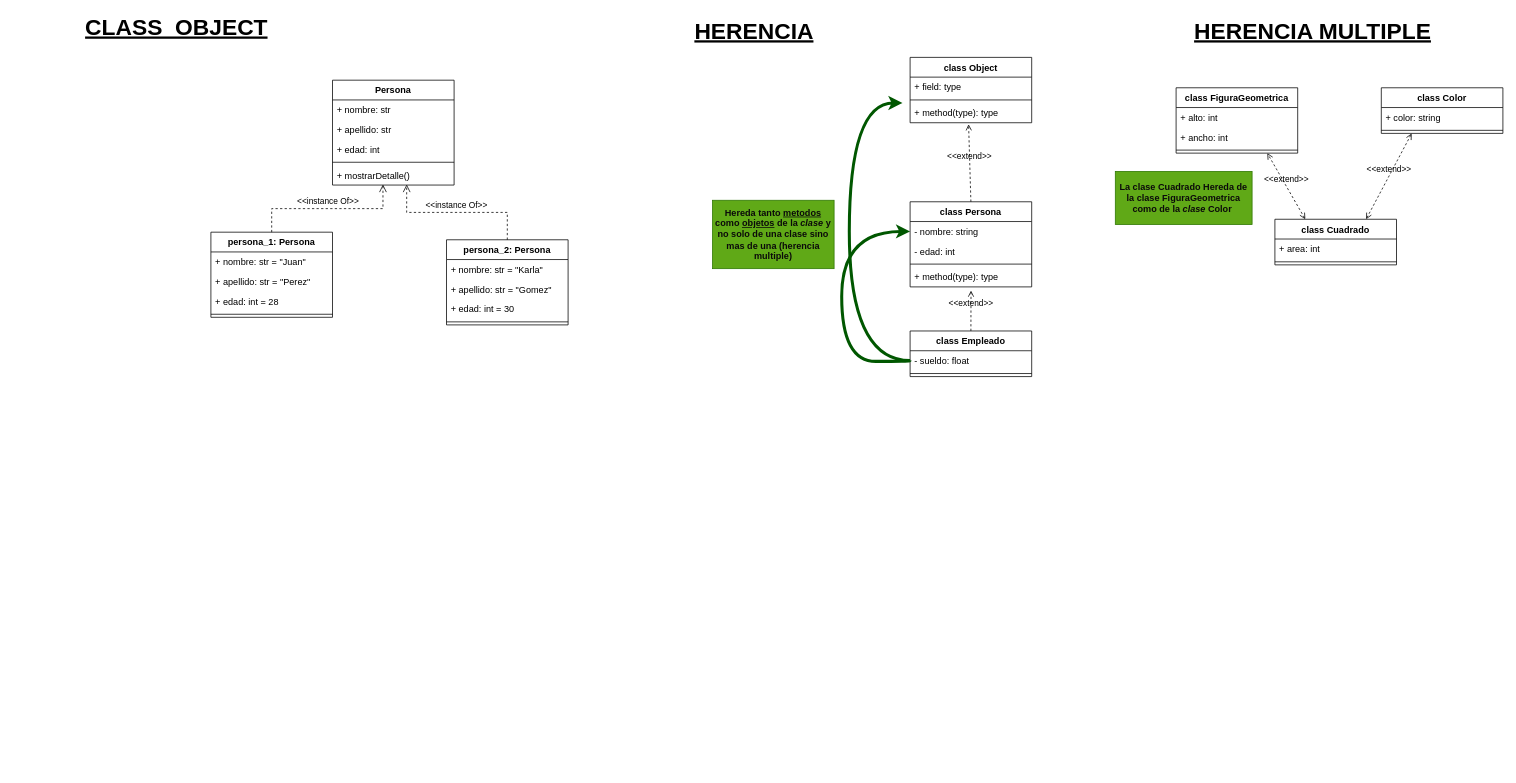
Before: diagrams/POO_diagrams.drawio in DdyYazo/Python_Learning, a draw.io diagram. Source tidied: cells renumbered, new cells numbered last; positions are measured from the earlier drawing's top-left corner, leaving out a move shared by most shapes. Both pictures are drawn from the tidied source at 76%, with x=0, y=0 at pixel (66, 15).
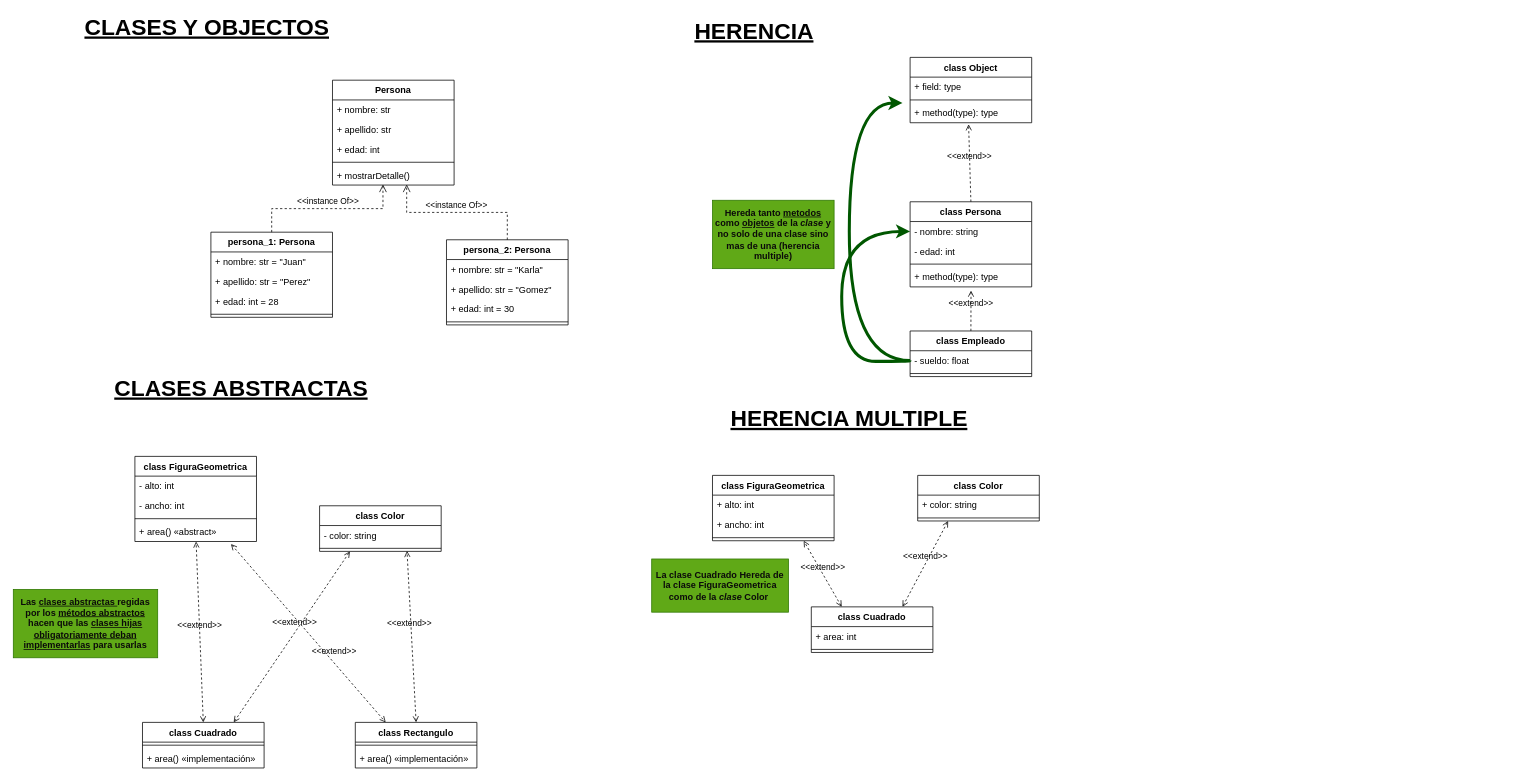
The same diagram, later.

Change to the diagram source:
```diff
@@
-    <mxCell id="20" value="CLASS_OBJECT" style="text;html=1;strokeColor=none;fillColor=none;align=center;verticalAlign=middle;whiteSpace=wrap;rounded=0;fontSize=30;fontStyle=5;" parent="1" vertex="1">
-      <mxGeometry width="290" height="30" as="geometry" />
+    <mxCell id="20" value="CLASES Y OBJECTOS" style="text;html=1;strokeColor=none;fillColor=none;align=center;verticalAlign=middle;whiteSpace=wrap;rounded=0;fontSize=30;fontStyle=5;" parent="1" vertex="1">
+      <mxGeometry width="370" height="30" as="geometry" />
     </mxCell>
@@
     <mxCell id="39" value="HERENCIA MULTIPLE" style="text;html=1;strokeColor=none;fillColor=none;align=center;verticalAlign=middle;whiteSpace=wrap;rounded=0;fontSize=30;fontStyle=5;" parent="1" vertex="1">
-      <mxGeometry x="1400" y="5" width="480" height="30" as="geometry" />
+      <mxGeometry x="790" y="515" width="480" height="30" as="geometry" />
     </mxCell>
     <mxCell id="40" value="class FiguraGeometrica" style="swimlane;fontStyle=1;align=center;verticalAlign=top;horizontal=1;startSize=26;" parent="1" vertex="1">
-      <mxGeometry x="1460" y="95" width="160" height="86" as="geometry" />
+      <mxGeometry x="850" y="605" width="160" height="86" as="geometry" />
     </mxCell>
@@
     <mxCell id="44" value="class Cuadrado" style="swimlane;fontStyle=1;align=center;verticalAlign=top;horizontal=1;startSize=26;" parent="1" vertex="1">
-      <mxGeometry x="1590" y="268" width="160" height="60" as="geometry" />
+      <mxGeometry x="980" y="778" width="160" height="60" as="geometry" />
     </mxCell>
@@
     <mxCell id="47" value="class Color" style="swimlane;fontStyle=1;align=center;verticalAlign=top;horizontal=1;startSize=26;" parent="1" vertex="1">
-      <mxGeometry x="1730" y="95" width="160" height="60" as="geometry" />
+      <mxGeometry x="1120" y="605" width="160" height="60" as="geometry" />
     </mxCell>
@@
     <mxCell id="52" value="&lt;font color=&quot;#0b0a0a&quot;&gt;&lt;b&gt;La clase Cuadrado Hereda de la clase FiguraGeometrica como de la &lt;i&gt;clase&lt;/i&gt;&amp;nbsp;Color&amp;nbsp;&lt;/b&gt;&lt;/font&gt;" style="text;html=1;strokeColor=#2D7600;fillColor=#60a917;align=center;verticalAlign=middle;whiteSpace=wrap;rounded=0;fontColor=#ffffff;" parent="1" vertex="1">
-      <mxGeometry x="1380" y="205" width="180" height="70" as="geometry" />
+      <mxGeometry x="770" y="715" width="180" height="70" as="geometry" />
     </mxCell>
+    <mxCell id="53" value="CLASES ABSTRACTAS" style="text;html=1;strokeColor=none;fillColor=none;align=center;verticalAlign=middle;whiteSpace=wrap;rounded=0;fontSize=30;fontStyle=5;" parent="1" vertex="1">
+      <mxGeometry x="-10" y="475" width="480" height="30" as="geometry" />
+    </mxCell>
+    <mxCell id="54" value="class FiguraGeometrica" style="swimlane;fontStyle=1;align=center;verticalAlign=top;horizontal=1;startSize=26;" parent="1" vertex="1">
+      <mxGeometry x="90" y="580" width="160" height="112" as="geometry" />
+    </mxCell>
+    <mxCell id="55" value="- alto: int" style="text;strokeColor=none;fillColor=none;align=left;verticalAlign=top;spacingLeft=4;spacingRight=4;overflow=hidden;" parent="54" vertex="1">
+      <mxGeometry y="26" width="160" height="26" as="geometry" />
+    </mxCell>
+    <mxCell id="56" value="- ancho: int" style="text;strokeColor=none;fillColor=none;align=left;verticalAlign=top;spacingLeft=4;spacingRight=4;overflow=hidden;" parent="54" vertex="1">
+      <mxGeometry y="52" width="160" height="26" as="geometry" />
+    </mxCell>
+    <mxCell id="57" style="line;strokeWidth=1;fillColor=none;align=left;verticalAlign=middle;spacingTop=-1;spacingLeft=3;spacingRight=3;labelPosition=right;strokeColor=inherit;" parent="54" vertex="1">
+      <mxGeometry y="78" width="160" height="8" as="geometry" />
+    </mxCell>
+    <mxCell id="58" value="+ area() «abstract» " style="text;strokeColor=none;fillColor=none;align=left;verticalAlign=top;spacingLeft=4;spacingRight=4;overflow=hidden;points=[[0,0.5],[1,0.5]];portConstraint=eastwest;" parent="54" vertex="1">
+      <mxGeometry y="86" width="160" height="26" as="geometry" />
+    </mxCell>
+    <mxCell id="59" value="class Cuadrado" style="swimlane;fontStyle=1;align=center;verticalAlign=top;horizontal=1;startSize=26;" parent="1" vertex="1">
+      <mxGeometry x="100" y="930" width="160" height="60" as="geometry" />
+    </mxCell>
+    <mxCell id="60" style="line;strokeWidth=1;fillColor=none;align=left;verticalAlign=middle;spacingTop=-1;spacingLeft=3;spacingRight=3;labelPosition=right;strokeColor=inherit;" parent="59" vertex="1">
+      <mxGeometry y="26" width="160" height="8" as="geometry" />
+    </mxCell>
+    <mxCell id="61" value="+ area() «implementación» " style="text;strokeColor=none;fillColor=none;align=left;verticalAlign=top;spacingLeft=4;spacingRight=4;overflow=hidden;" parent="59" vertex="1">
+      <mxGeometry y="34" width="160" height="26" as="geometry" />
+    </mxCell>
+    <mxCell id="62" value="&amp;lt;&amp;lt;extend&amp;gt;&amp;gt;" style="html=1;verticalAlign=bottom;labelBackgroundColor=none;endArrow=open;endFill=0;dashed=1;exitX=0.5;exitY=0;exitDx=0;exitDy=0;startArrow=open;startFill=0;" parent="1" edge="1" source="59" target="58">
+      <mxGeometry relative="1" as="geometry" />
+    </mxCell>
+    <mxCell id="63" value="class Color" style="swimlane;fontStyle=1;align=center;verticalAlign=top;horizontal=1;startSize=26;" parent="1" vertex="1">
+      <mxGeometry x="333" y="645" width="160" height="60" as="geometry" />
+    </mxCell>
+    <mxCell id="64" value="- color: string" style="text;strokeColor=none;fillColor=none;align=left;verticalAlign=top;spacingLeft=4;spacingRight=4;overflow=hidden;" parent="63" vertex="1">
+      <mxGeometry y="26" width="160" height="26" as="geometry" />
+    </mxCell>
+    <mxCell id="65" style="line;strokeWidth=1;fillColor=none;align=left;verticalAlign=middle;spacingTop=-1;spacingLeft=3;spacingRight=3;labelPosition=right;points=[];portConstraint=eastwest;strokeColor=inherit;" parent="63" vertex="1">
+      <mxGeometry y="52" width="160" height="8" as="geometry" />
+    </mxCell>
+    <mxCell id="66" value="class Rectangulo" style="swimlane;fontStyle=1;align=center;verticalAlign=top;horizontal=1;startSize=26;" parent="1" vertex="1">
+      <mxGeometry x="380" y="930" width="160" height="60" as="geometry" />
+    </mxCell>
+    <mxCell id="67" style="line;strokeWidth=1;fillColor=none;align=left;verticalAlign=middle;spacingTop=-1;spacingLeft=3;spacingRight=3;labelPosition=right;strokeColor=inherit;" parent="66" vertex="1">
+      <mxGeometry y="26" width="160" height="8" as="geometry" />
+    </mxCell>
+    <mxCell id="68" value="+ area() «implementación» " style="text;strokeColor=none;fillColor=none;align=left;verticalAlign=top;spacingLeft=4;spacingRight=4;overflow=hidden;" parent="66" vertex="1">
+      <mxGeometry y="34" width="160" height="26" as="geometry" />
+    </mxCell>
+    <mxCell id="69" value="&amp;lt;&amp;lt;extend&amp;gt;&amp;gt;" style="html=1;verticalAlign=bottom;labelBackgroundColor=none;endArrow=open;endFill=0;dashed=1;startArrow=open;startFill=0;exitX=0.75;exitY=0;exitDx=0;exitDy=0;entryX=0.25;entryY=1;entryDx=0;entryDy=0;" parent="1" edge="1" source="59" target="63">
+      <mxGeometry x="0.07" y="3" relative="1" as="geometry" />
+    </mxCell>
+    <mxCell id="70" value="&amp;lt;&amp;lt;extend&amp;gt;&amp;gt;" style="html=1;verticalAlign=bottom;labelBackgroundColor=none;endArrow=open;endFill=0;dashed=1;startArrow=open;startFill=0;exitX=0.79;exitY=1.126;exitDx=0;exitDy=0;exitPerimeter=0;entryX=0.25;entryY=0;entryDx=0;entryDy=0;" parent="1" edge="1" source="58" target="66">
+      <mxGeometry x="0.3" y="4" relative="1" as="geometry" />
+    </mxCell>
+    <mxCell id="71" value="&amp;lt;&amp;lt;extend&amp;gt;&amp;gt;" style="html=1;verticalAlign=bottom;labelBackgroundColor=none;endArrow=open;endFill=0;dashed=1;startArrow=open;startFill=0;exitX=0.5;exitY=0;exitDx=0;exitDy=0;entryX=0.719;entryY=0.92;entryDx=0;entryDy=0;entryPerimeter=0;" parent="1" edge="1" source="66" target="65">
+      <mxGeometry x="0.07" y="3" relative="1" as="geometry" />
+    </mxCell>
+    <mxCell id="72" value="&lt;font color=&quot;#0b0a0a&quot;&gt;&lt;b&gt;Las &lt;u&gt;clases abstractas &lt;/u&gt;regidas por los &lt;u&gt;métodos abstractos &lt;/u&gt;hacen que las &lt;u&gt;clases hijas obligatoriamente deban implementarlas&lt;/u&gt; para usarlas&lt;/b&gt;&lt;/font&gt;" style="text;html=1;strokeColor=#2D7600;fillColor=#60a917;align=center;verticalAlign=middle;whiteSpace=wrap;rounded=0;fontColor=#ffffff;" parent="1" vertex="1">
+      <mxGeometry x="-70" y="755" width="190" height="90" as="geometry" />
+    </mxCell>
```
